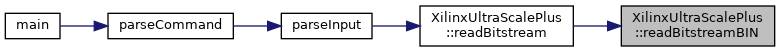
This is classXilinxUltraScalePlus_ae197b2b5b423cd1be99409c70f51bc37_icgraph.png from FPGA-Research-Manchester/byteman, a Graphviz export, as it was before one commit. Its source is kept beside it as classXilinxUltraScalePlus_ae197b2b5b423cd1be99409c70f51bc37_icgraph.dot. Its diagram source:
```dot
digraph "XilinxUltraScalePlus::readBitstreamBIN"
{
  edge [fontname="Helvetica",fontsize="10",labelfontname="Helvetica",labelfontsize="10"];
  node [fontname="Helvetica",fontsize="10",shape=record];
  rankdir="RL";
  Node1 [label="XilinxUltraScalePlus\l::readBitstreamBIN",height=0.2,width=0.4,color="black", fillcolor="grey75", style="filled", fontcolor="black",tooltip=" "];
  Node1 -> Node2 [dir="back",color="midnightblue",fontsize="10",style="solid",fontname="Helvetica"];
  Node2 [label="XilinxUltraScalePlus\l::readBitstream",height=0.2,width=0.4,color="black", fillcolor="white", style="filled",URL="$classXilinxUltraScalePlus.html#a0e5d08a2e5c37a29a1a04d50b48739d2",tooltip=" "];
  Node2 -> Node3 [dir="back",color="midnightblue",fontsize="10",style="solid",fontname="Helvetica"];
  Node3 [label="parseInput",height=0.2,width=0.4,color="black", fillcolor="white", style="filled",URL="$byteman_8cpp.html#a4dbd88e4909b2f0429f9d0b2fc2608bb",tooltip=" "];
  Node3 -> Node4 [dir="back",color="midnightblue",fontsize="10",style="solid",fontname="Helvetica"];
  Node4 [label="parseCommand",height=0.2,width=0.4,color="black", fillcolor="white", style="filled",URL="$byteman_8cpp.html#a913ad3944130fafece24fe460db9b6aa",tooltip=" "];
  Node4 -> Node5 [dir="back",color="midnightblue",fontsize="10",style="solid",fontname="Helvetica"];
  Node5 [label="main",height=0.2,width=0.4,color="black", fillcolor="white", style="filled",URL="$byteman_8cpp.html#a0ddf1224851353fc92bfbff6f499fa97",tooltip=" "];
}
```
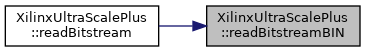
The same diagram one commit later.

What changed in the source:
```diff
@@ -6,10 +6,4 @@
   Node1 [label="XilinxUltraScalePlus\l::readBitstreamBIN",height=0.2,width=0.4,color="black", fillcolor="grey75", style="filled", fontcolor="black",tooltip=" "];
   Node1 -> Node2 [dir="back",color="midnightblue",fontsize="10",style="solid",fontname="Helvetica"];
   Node2 [label="XilinxUltraScalePlus\l::readBitstream",height=0.2,width=0.4,color="black", fillcolor="white", style="filled",URL="$classXilinxUltraScalePlus.html#a0e5d08a2e5c37a29a1a04d50b48739d2",tooltip=" "];
-  Node2 -> Node3 [dir="back",color="midnightblue",fontsize="10",style="solid",fontname="Helvetica"];
-  Node3 [label="parseInput",height=0.2,width=0.4,color="black", fillcolor="white", style="filled",URL="$byteman_8cpp.html#a4dbd88e4909b2f0429f9d0b2fc2608bb",tooltip=" "];
-  Node3 -> Node4 [dir="back",color="midnightblue",fontsize="10",style="solid",fontname="Helvetica"];
-  Node4 [label="parseCommand",height=0.2,width=0.4,color="black", fillcolor="white", style="filled",URL="$byteman_8cpp.html#a913ad3944130fafece24fe460db9b6aa",tooltip=" "];
-  Node4 -> Node5 [dir="back",color="midnightblue",fontsize="10",style="solid",fontname="Helvetica"];
-  Node5 [label="main",height=0.2,width=0.4,color="black", fillcolor="white", style="filled",URL="$byteman_8cpp.html#a0ddf1224851353fc92bfbff6f499fa97",tooltip=" "];
 }
```
